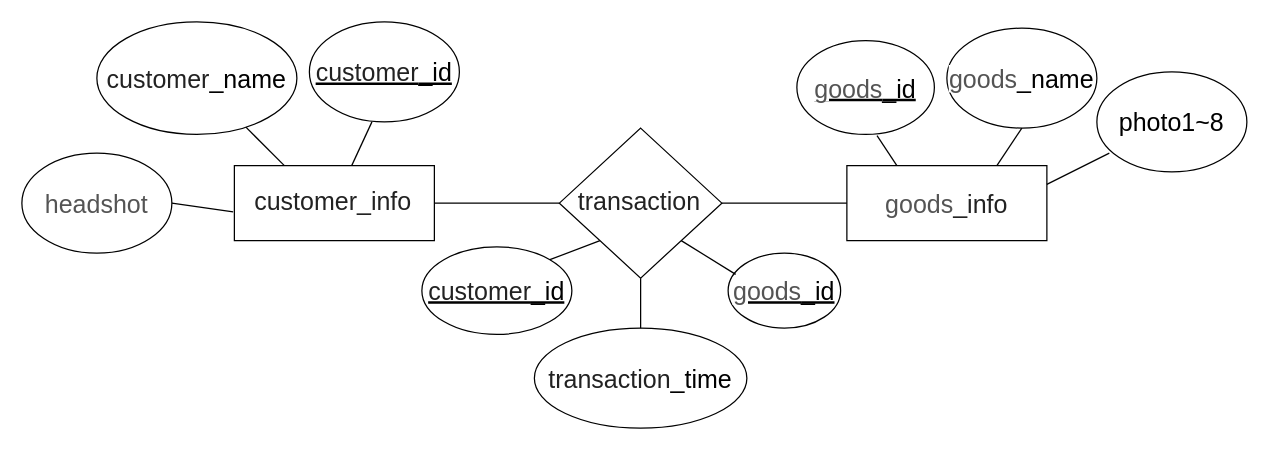
Daisy116/MySQL keeps this draw.io diagram as W3 Homework/ER圖.drawio. Above is the earlier version. Source tidied: cells renumbered, new cells numbered last; positions are measured from the earlier drawing's top-left corner, leaving out a move shared by most shapes. Both pictures are drawn from the tidied source at 125%, with x=0, y=0 at pixel (21, 21).
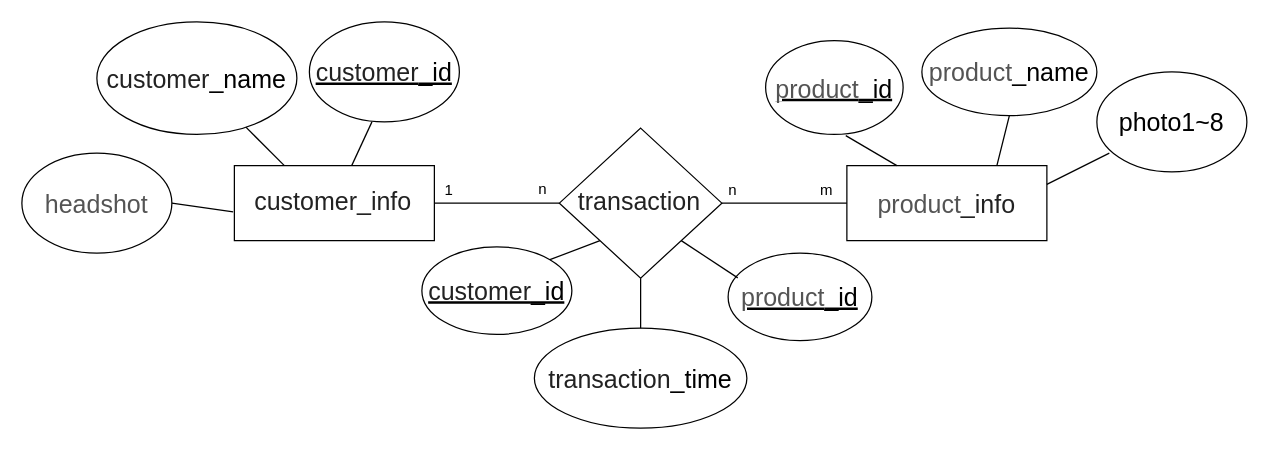
Above is the later version.

The edit, as a diff of the source:
```diff
@@
-    <mxCell id="3" value="&lt;span style=&quot;color: rgb(84 , 84 , 84) ; font-family: &amp;#34;arial&amp;#34; , sans-serif ; background-color: rgb(255 , 255 , 255) ; font-size: 20px&quot;&gt;&lt;font style=&quot;font-size: 20px&quot;&gt;goods&lt;/font&gt;&lt;/span&gt;&lt;span style=&quot;font-size: 20px ; color: rgb(34 , 34 , 34) ; font-family: inherit ; white-space: pre-wrap&quot;&gt;_info&lt;/span&gt;&lt;span style=&quot;color: rgb(84 , 84 , 84) ; font-family: &amp;#34;arial&amp;#34; , sans-serif ; background-color: rgb(255 , 255 , 255) ; font-size: 20px&quot;&gt;&lt;font style=&quot;font-size: 20px&quot;&gt;&lt;br&gt;&lt;/font&gt;&lt;/span&gt;" style="rounded=0;whiteSpace=wrap;html=1;align=center;" parent="1" vertex="1">
+    <mxCell id="3" value="&lt;span style=&quot;font-size: 20px ; background-color: rgb(255 , 255 , 255)&quot;&gt;&lt;font color=&quot;#545454&quot; face=&quot;arial, sans-serif&quot;&gt;product&lt;/font&gt;&lt;/span&gt;&lt;span style=&quot;font-size: 20px ; color: rgb(34 , 34 , 34) ; font-family: inherit ; white-space: pre-wrap&quot;&gt;_info&lt;/span&gt;&lt;span style=&quot;color: rgb(84 , 84 , 84) ; font-family: &amp;#34;arial&amp;#34; , sans-serif ; background-color: rgb(255 , 255 , 255) ; font-size: 20px&quot;&gt;&lt;font style=&quot;font-size: 20px&quot;&gt;&lt;br&gt;&lt;/font&gt;&lt;/span&gt;" style="rounded=0;whiteSpace=wrap;html=1;align=center;" parent="1" vertex="1">
       <mxGeometry x="660" y="115" width="160" height="60" as="geometry" />
     </mxCell>
@@
-    <mxCell id="7" value="&lt;font style=&quot;font-size: 20px&quot;&gt;&lt;span style=&quot;color: rgb(84 , 84 , 84) ; font-family: &amp;#34;arial&amp;#34; , sans-serif ; background-color: rgb(255 , 255 , 255)&quot;&gt;goods&lt;/span&gt;_name&lt;/font&gt;" style="ellipse;whiteSpace=wrap;html=1;align=center;" parent="1" vertex="1">
-      <mxGeometry x="740" y="5" width="120" height="80" as="geometry" />
+    <mxCell id="7" value="&lt;font style=&quot;font-size: 20px&quot;&gt;&lt;span style=&quot;color: rgb(84 , 84 , 84) ; font-family: &amp;#34;arial&amp;#34; , sans-serif ; background-color: rgb(255 , 255 , 255)&quot;&gt;product&lt;/span&gt;_name&lt;/font&gt;" style="ellipse;whiteSpace=wrap;html=1;align=center;" parent="1" vertex="1">
+      <mxGeometry x="720" y="5" width="140" height="70" as="geometry" />
     </mxCell>
@@
-    <mxCell id="12" value="&lt;font style=&quot;font-size: 20px&quot;&gt;&lt;u&gt;&lt;span style=&quot;color: rgb(84 , 84 , 84) ; font-family: &amp;#34;arial&amp;#34; , sans-serif ; background-color: rgb(255 , 255 , 255)&quot;&gt;goods&lt;/span&gt;_id&lt;/u&gt;&lt;/font&gt;" style="ellipse;whiteSpace=wrap;html=1;align=center;" parent="1" vertex="1">
-      <mxGeometry x="620" y="15" width="110" height="75" as="geometry" />
+    <mxCell id="12" value="&lt;font style=&quot;font-size: 20px&quot;&gt;&lt;u&gt;&lt;span style=&quot;color: rgb(84 , 84 , 84) ; font-family: &amp;#34;arial&amp;#34; , sans-serif ; background-color: rgb(255 , 255 , 255)&quot;&gt;product&lt;/span&gt;_id&lt;/u&gt;&lt;/font&gt;" style="ellipse;whiteSpace=wrap;html=1;align=center;" parent="1" vertex="1">
+      <mxGeometry x="595" y="15" width="110" height="75" as="geometry" />
     </mxCell>
@@
-    <mxCell id="15" value="&lt;u style=&quot;font-size: 20px&quot;&gt;&lt;span style=&quot;color: rgb(84 , 84 , 84) ; font-family: &amp;#34;arial&amp;#34; , sans-serif ; background-color: rgb(255 , 255 , 255)&quot;&gt;goods&lt;/span&gt;_id&lt;/u&gt;" style="ellipse;whiteSpace=wrap;html=1;align=center;" parent="1" vertex="1">
-      <mxGeometry x="565" y="185" width="90" height="60" as="geometry" />
+    <mxCell id="15" value="&lt;u style=&quot;font-size: 20px&quot;&gt;&lt;span style=&quot;color: rgb(84 , 84 , 84) ; font-family: &amp;#34;arial&amp;#34; , sans-serif ; background-color: rgb(255 , 255 , 255)&quot;&gt;product&lt;/span&gt;_id&lt;/u&gt;" style="ellipse;whiteSpace=wrap;html=1;align=center;" parent="1" vertex="1">
+      <mxGeometry x="565" y="185" width="115" height="70" as="geometry" />
     </mxCell>
@@
+    <mxCell id="25" value="1" style="text;html=1;strokeColor=none;fillColor=none;align=center;verticalAlign=middle;whiteSpace=wrap;rounded=0;" parent="1" vertex="1">
+      <mxGeometry x="322" y="125" width="40" height="20" as="geometry" />
+    </mxCell>
+    <mxCell id="26" value="n" style="text;html=1;strokeColor=none;fillColor=none;align=center;verticalAlign=middle;whiteSpace=wrap;rounded=0;" parent="1" vertex="1">
+      <mxGeometry x="397" y="124" width="40" height="20" as="geometry" />
+    </mxCell>
+    <mxCell id="27" value="n" style="text;html=1;strokeColor=none;fillColor=none;align=center;verticalAlign=middle;whiteSpace=wrap;rounded=0;" parent="1" vertex="1">
+      <mxGeometry x="549" y="125" width="40" height="20" as="geometry" />
+    </mxCell>
+    <mxCell id="28" value="m" style="text;html=1;strokeColor=none;fillColor=none;align=center;verticalAlign=middle;whiteSpace=wrap;rounded=0;" parent="1" vertex="1">
+      <mxGeometry x="624" y="124.5" width="40" height="20" as="geometry" />
+    </mxCell>
```
